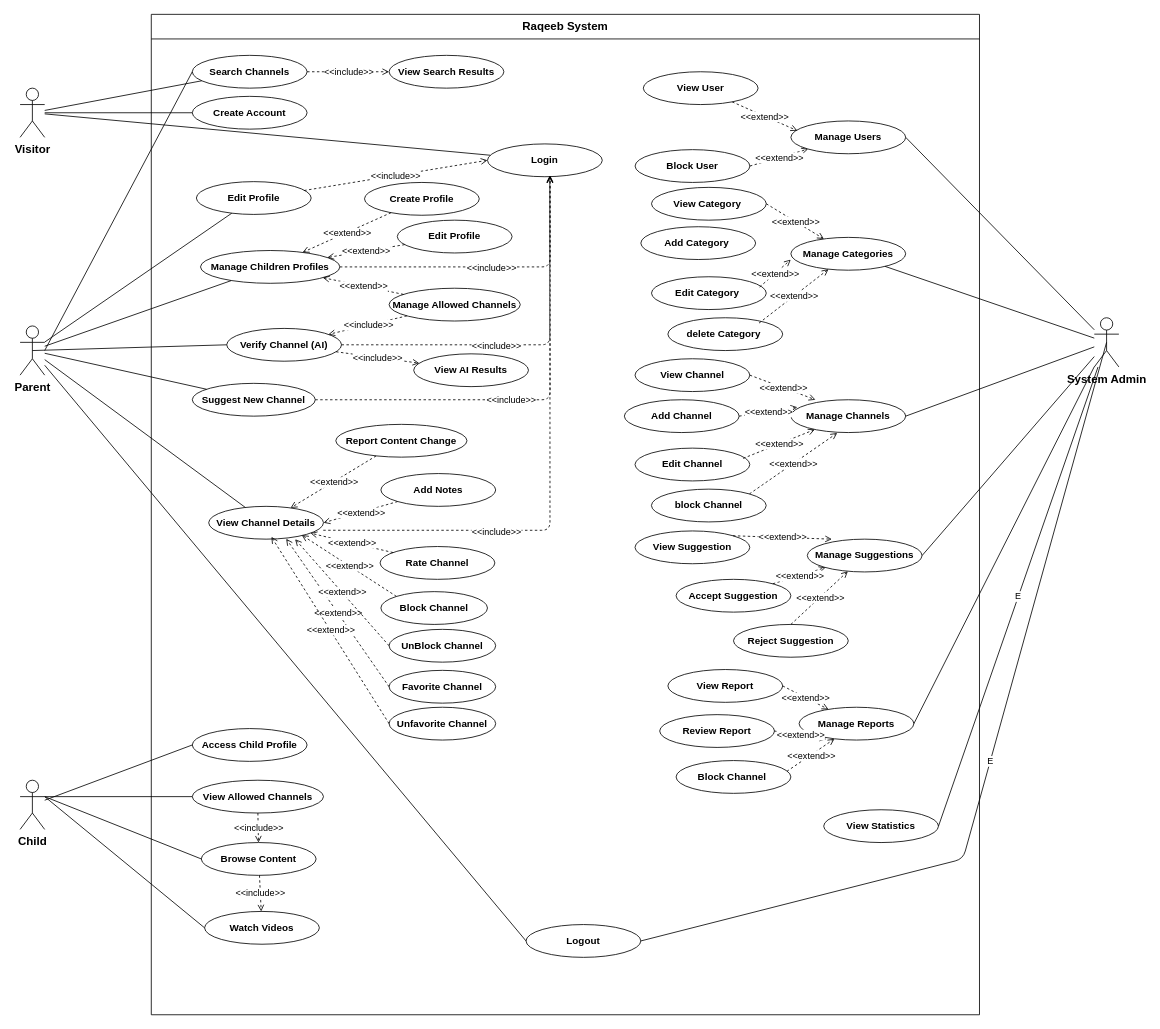
The draw.io diagram Raqeeb_New_UseCase.drawio in MahmoudHamdy19/diagrams-, before the edit. Source tidied: cells renumbered, new cells numbered last; positions are measured from the earlier drawing's top-left corner, leaving out a move shared by most shapes. Both pictures are drawn from the tidied source at 82%, with x=0, y=0 at pixel (20, 14).
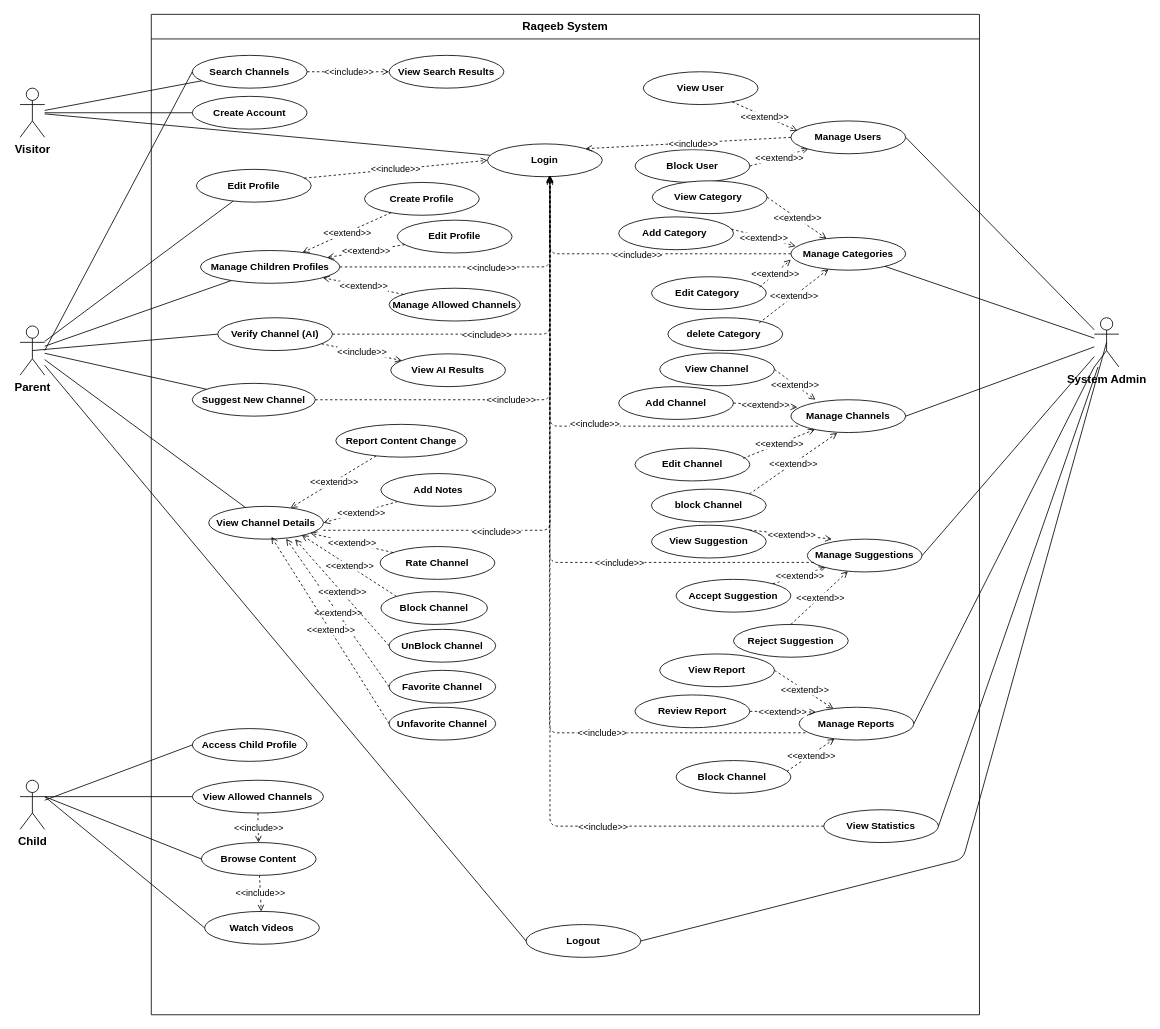
Above is the later version.

Unchanged cells that the change refers to:
```xml
<mxCell id="2" value="Raqeeb System" style="swimlane;whiteSpace=wrap;html=1;startSize=30;labelBackgroundColor=none;fontSize=14;fontStyle=1;" parent="1" vertex="1">
  <mxGeometry x="160" width="1010" height="1220" as="geometry" />
</mxCell>
<mxCell id="6" value="Login" style="ellipse;whiteSpace=wrap;html=1;fontSize=12;fontStyle=1;" parent="2" vertex="1">
  <mxGeometry x="410" y="158" width="140" height="40" as="geometry" />
</mxCell>
<mxCell id="7" value="Logout" style="ellipse;whiteSpace=wrap;html=1;fontSize=12;fontStyle=1;" parent="2" vertex="1">
  <mxGeometry x="457" y="1110" width="140" height="40" as="geometry" />
</mxCell>
<mxCell id="12" value="Manage Allowed Channels" style="ellipse;whiteSpace=wrap;html=1;fontSize=12;fontStyle=1;" parent="2" vertex="1">
  <mxGeometry x="290" y="334" width="160" height="40" as="geometry" />
</mxCell>
<mxCell id="58" value="Manage Users" style="ellipse;whiteSpace=wrap;html=1;fontSize=12;fontStyle=1;" parent="2" vertex="1">
  <mxGeometry x="780" y="130" width="140" height="40" as="geometry" />
</mxCell>
<mxCell id="59" value="Manage Categories" style="ellipse;whiteSpace=wrap;html=1;fontSize=12;fontStyle=1;" parent="2" vertex="1">
  <mxGeometry x="780" y="272" width="140" height="40" as="geometry" />
</mxCell>
<mxCell id="60" value="Manage Channels" style="ellipse;whiteSpace=wrap;html=1;fontSize=12;fontStyle=1;" parent="2" vertex="1">
  <mxGeometry x="780" y="470" width="140" height="40" as="geometry" />
</mxCell>
<mxCell id="61" value="Manage Suggestions" style="ellipse;whiteSpace=wrap;html=1;fontSize=12;fontStyle=1;" parent="2" vertex="1">
  <mxGeometry x="800" y="640" width="140" height="40" as="geometry" />
</mxCell>
<mxCell id="62" value="Manage Reports" style="ellipse;whiteSpace=wrap;html=1;fontSize=12;fontStyle=1;" parent="2" vertex="1">
  <mxGeometry x="790" y="845" width="140" height="40" as="geometry" />
</mxCell>
<mxCell id="63" value="View Statistics" style="ellipse;whiteSpace=wrap;html=1;fontSize=12;fontStyle=1;" parent="2" vertex="1">
  <mxGeometry x="820" y="970" width="140" height="40" as="geometry" />
</mxCell>
<mxCell id="136" value="System Admin" style="shape=umlActor;verticalLabelPosition=bottom;verticalAlign=top;html=1;outlineConnect=0;fontStyle=1;fontSize=14;" parent="1" vertex="1">
  <mxGeometry x="1310" y="370" width="30" height="60" as="geometry" />
</mxCell>
```

Change to the diagram source:
```diff
@@
     <mxCell id="8" value="Edit Profile" style="ellipse;whiteSpace=wrap;html=1;fontSize=12;fontStyle=1;" parent="2" vertex="1">
-      <mxGeometry x="55" y="204" width="140" height="40" as="geometry" />
+      <mxGeometry x="55" y="189" width="140" height="40" as="geometry" />
     </mxCell>
@@
     <mxCell id="13" value="Verify Channel (AI)" style="ellipse;whiteSpace=wrap;html=1;fontSize=12;fontStyle=1;" parent="2" vertex="1">
-      <mxGeometry x="92" y="383" width="140" height="40" as="geometry" />
+      <mxGeometry x="81" y="370" width="140" height="40" as="geometry" />
     </mxCell>
     <mxCell id="14" value="View AI Results" style="ellipse;whiteSpace=wrap;html=1;fontSize=12;fontStyle=1;" parent="2" vertex="1">
-      <mxGeometry x="320" y="414" width="140" height="40" as="geometry" />
+      <mxGeometry x="292" y="414" width="140" height="40" as="geometry" />
     </mxCell>
@@
-    <mxCell id="34" style="dashed=1;endArrow=open;endFill=0;html=1;" parent="2" edge="1" source="12" target="13">
-      <mxGeometry relative="1" as="geometry" />
-    </mxCell>
-    <mxCell id="35" value="&amp;lt;&amp;lt;include&amp;gt;&amp;gt;" style="edgeLabel;html=1;align=center;verticalAlign=middle;" parent="34" vertex="1">
-      <mxGeometry relative="1" as="geometry" />
-    </mxCell>
@@
     <mxCell id="70" value="View Category&amp;nbsp;" style="ellipse;whiteSpace=wrap;html=1;fontSize=12;fontStyle=1;" parent="2" vertex="1">
-      <mxGeometry x="610" y="211" width="140" height="40" as="geometry" />
+      <mxGeometry x="611" y="203" width="140" height="40" as="geometry" />
     </mxCell>
     <mxCell id="71" value="Add Category&amp;nbsp;" style="ellipse;whiteSpace=wrap;html=1;fontSize=12;fontStyle=1;" parent="2" vertex="1">
-      <mxGeometry x="597" y="259" width="140" height="40" as="geometry" />
+      <mxGeometry x="570" y="247" width="140" height="40" as="geometry" />
     </mxCell>
@@
     <mxCell id="80" value="View Channel" style="ellipse;whiteSpace=wrap;html=1;fontSize=12;fontStyle=1;" parent="2" vertex="1">
-      <mxGeometry x="589.9" y="420" width="140" height="40" as="geometry" />
+      <mxGeometry x="620" y="413" width="140" height="40" as="geometry" />
     </mxCell>
     <mxCell id="81" value="Add Channel" style="ellipse;whiteSpace=wrap;html=1;fontSize=12;fontStyle=1;" parent="2" vertex="1">
-      <mxGeometry x="576.9" y="470" width="140" height="40" as="geometry" />
+      <mxGeometry x="570" y="454" width="140" height="40" as="geometry" />
     </mxCell>
@@
     <mxCell id="92" value="View Suggestion" style="ellipse;whiteSpace=wrap;html=1;fontSize=12;fontStyle=1;" parent="2" vertex="1">
-      <mxGeometry x="589.9" y="630" width="140" height="40" as="geometry" />
+      <mxGeometry x="610" y="623" width="140" height="40" as="geometry" />
     </mxCell>
@@
     <mxCell id="101" value="View Report" style="ellipse;whiteSpace=wrap;html=1;fontSize=12;fontStyle=1;" parent="2" vertex="1">
-      <mxGeometry x="630" y="799" width="140" height="40" as="geometry" />
+      <mxGeometry x="620" y="780" width="140" height="40" as="geometry" />
     </mxCell>
     <mxCell id="102" value="Review Report" style="ellipse;whiteSpace=wrap;html=1;fontSize=12;fontStyle=1;" parent="2" vertex="1">
-      <mxGeometry x="620" y="854" width="140" height="40" as="geometry" />
+      <mxGeometry x="589.9" y="830" width="140" height="40" as="geometry" />
     </mxCell>
@@
-    <mxCell id="106" style="dashed=1;endArrow=open;endFill=0;html=1;exitX=1;exitY=0.5;exitDx=0;exitDy=0;entryX=0.237;entryY=0.971;entryDx=0;entryDy=0;entryPerimeter=0;" parent="2" edge="1" source="102" target="62">
+    <mxCell id="106" style="dashed=1;endArrow=open;endFill=0;html=1;exitX=1;exitY=0.5;exitDx=0;exitDy=0;entryX=0;entryY=0;entryDx=0;entryDy=0;" parent="2" edge="1" source="102" target="62">
       <mxGeometry relative="1" as="geometry" />
     </mxCell>
@@
+    <mxCell id="145" style="dashed=1;endArrow=open;endFill=0;html=1;exitX=0;exitY=0.5;exitDx=0;exitDy=0;entryX=1;entryY=0;entryDx=0;entryDy=0;" parent="2" edge="1" source="58" target="6">
+      <mxGeometry relative="1" as="geometry" />
+    </mxCell>
+    <mxCell id="146" value="&amp;lt;&amp;lt;include&amp;gt;&amp;gt;" style="edgeLabel;html=1;align=center;verticalAlign=middle;" parent="145" vertex="1">
+      <mxGeometry relative="1" as="geometry">
+        <mxPoint x="5" y="1" as="offset" />
+      </mxGeometry>
+    </mxCell>
+    <mxCell id="147" style="dashed=1;endArrow=open;endFill=0;html=1;exitX=0.982;exitY=0.372;exitDx=0;exitDy=0;exitPerimeter=0;entryX=0.041;entryY=0.267;entryDx=0;entryDy=0;entryPerimeter=0;" parent="2" edge="1" source="71" target="59">
+      <mxGeometry relative="1" as="geometry" />
+    </mxCell>
+    <mxCell id="148" value="&amp;lt;&amp;lt;extend&amp;gt;&amp;gt;" style="edgeLabel;html=1;align=center;verticalAlign=middle;" parent="147" vertex="1">
+      <mxGeometry relative="1" as="geometry" />
+    </mxCell>
+    <mxCell id="149" style="dashed=1;endArrow=open;endFill=0;html=1;exitX=0;exitY=0.5;exitDx=0;exitDy=0;entryX=0.544;entryY=1.048;entryDx=0;entryDy=0;entryPerimeter=0;edgeStyle=orthogonalEdgeStyle;" parent="2" edge="1" source="59" target="6">
+      <mxGeometry relative="1" as="geometry" />
+    </mxCell>
+    <mxCell id="150" value="&amp;lt;&amp;lt;include&amp;gt;&amp;gt;" style="edgeLabel;html=1;align=center;verticalAlign=middle;" parent="149" vertex="1">
+      <mxGeometry relative="1" as="geometry">
+        <mxPoint x="5" y="1" as="offset" />
+      </mxGeometry>
+    </mxCell>
+    <mxCell id="151" style="dashed=1;endArrow=open;endFill=0;html=1;exitX=0.062;exitY=0.805;exitDx=0;exitDy=0;entryX=0.544;entryY=1.013;entryDx=0;entryDy=0;entryPerimeter=0;edgeStyle=orthogonalEdgeStyle;exitPerimeter=0;" parent="2" edge="1" source="60" target="6">
+      <mxGeometry relative="1" as="geometry" />
+    </mxCell>
+    <mxCell id="152" value="&amp;lt;&amp;lt;include&amp;gt;&amp;gt;" style="edgeLabel;html=1;align=center;verticalAlign=middle;" parent="151" vertex="1">
+      <mxGeometry relative="1" as="geometry">
+        <mxPoint x="54" y="-2" as="offset" />
+      </mxGeometry>
+    </mxCell>
+    <mxCell id="153" style="dashed=1;endArrow=open;endFill=0;html=1;exitX=0.056;exitY=0.709;exitDx=0;exitDy=0;entryX=0.543;entryY=0.978;entryDx=0;entryDy=0;entryPerimeter=0;edgeStyle=orthogonalEdgeStyle;exitPerimeter=0;" parent="2" edge="1" source="61" target="6">
+      <mxGeometry relative="1" as="geometry" />
+    </mxCell>
+    <mxCell id="154" value="&amp;lt;&amp;lt;include&amp;gt;&amp;gt;" style="edgeLabel;html=1;align=center;verticalAlign=middle;" parent="153" vertex="1">
+      <mxGeometry relative="1" as="geometry">
+        <mxPoint x="84" y="75" as="offset" />
+      </mxGeometry>
+    </mxCell>
+    <mxCell id="155" style="dashed=1;endArrow=open;endFill=0;html=1;edgeStyle=orthogonalEdgeStyle;exitX=0.056;exitY=0.779;exitDx=0;exitDy=0;exitPerimeter=0;entryX=0.541;entryY=0.955;entryDx=0;entryDy=0;entryPerimeter=0;" parent="2" edge="1" source="62" target="6">
+      <mxGeometry relative="1" as="geometry" />
+    </mxCell>
+    <mxCell id="156" value="&amp;lt;&amp;lt;include&amp;gt;&amp;gt;" style="edgeLabel;html=1;align=center;verticalAlign=middle;" parent="155" vertex="1">
+      <mxGeometry relative="1" as="geometry">
+        <mxPoint x="64" y="183" as="offset" />
+      </mxGeometry>
+    </mxCell>
+    <mxCell id="157" style="dashed=1;endArrow=open;endFill=0;html=1;edgeStyle=orthogonalEdgeStyle;exitX=0;exitY=0.5;exitDx=0;exitDy=0;entryX=0.544;entryY=0.978;entryDx=0;entryDy=0;entryPerimeter=0;" parent="2" edge="1" source="63" target="6">
+      <mxGeometry relative="1" as="geometry" />
+    </mxCell>
+    <mxCell id="158" value="&amp;lt;&amp;lt;include&amp;gt;&amp;gt;" style="edgeLabel;html=1;align=center;verticalAlign=middle;" parent="157" vertex="1">
+      <mxGeometry relative="1" as="geometry">
+        <mxPoint x="64" y="230" as="offset" />
+      </mxGeometry>
+    </mxCell>
@@
-    <mxCell id="142" value="E" style="endArrow=none;html=1;entryX=1;entryY=0.5;entryDx=0;entryDy=0;" parent="1" edge="1" source="136" target="63">
+    <mxCell id="142" style="endArrow=none;html=1;entryX=1;entryY=0.5;entryDx=0;entryDy=0;" parent="1" edge="1" source="136" target="63">
       <mxGeometry relative="1" as="geometry" />
     </mxCell>
-    <mxCell id="143" value="E" style="endArrow=none;html=1;entryX=1;entryY=0.5;entryDx=0;entryDy=0;exitX=0.5;exitY=0.5;exitDx=0;exitDy=0;exitPerimeter=0;" parent="1" edge="1" source="136" target="7">
+    <mxCell id="143" style="endArrow=none;html=1;entryX=1;entryY=0.5;entryDx=0;entryDy=0;exitX=0.5;exitY=0.5;exitDx=0;exitDy=0;exitPerimeter=0;" parent="1" edge="1" source="136" target="7">
       <mxGeometry relative="1" as="geometry">
         <Array as="points">
           <mxPoint x="1150" y="1030" />
         </Array>
       </mxGeometry>
     </mxCell>
```
